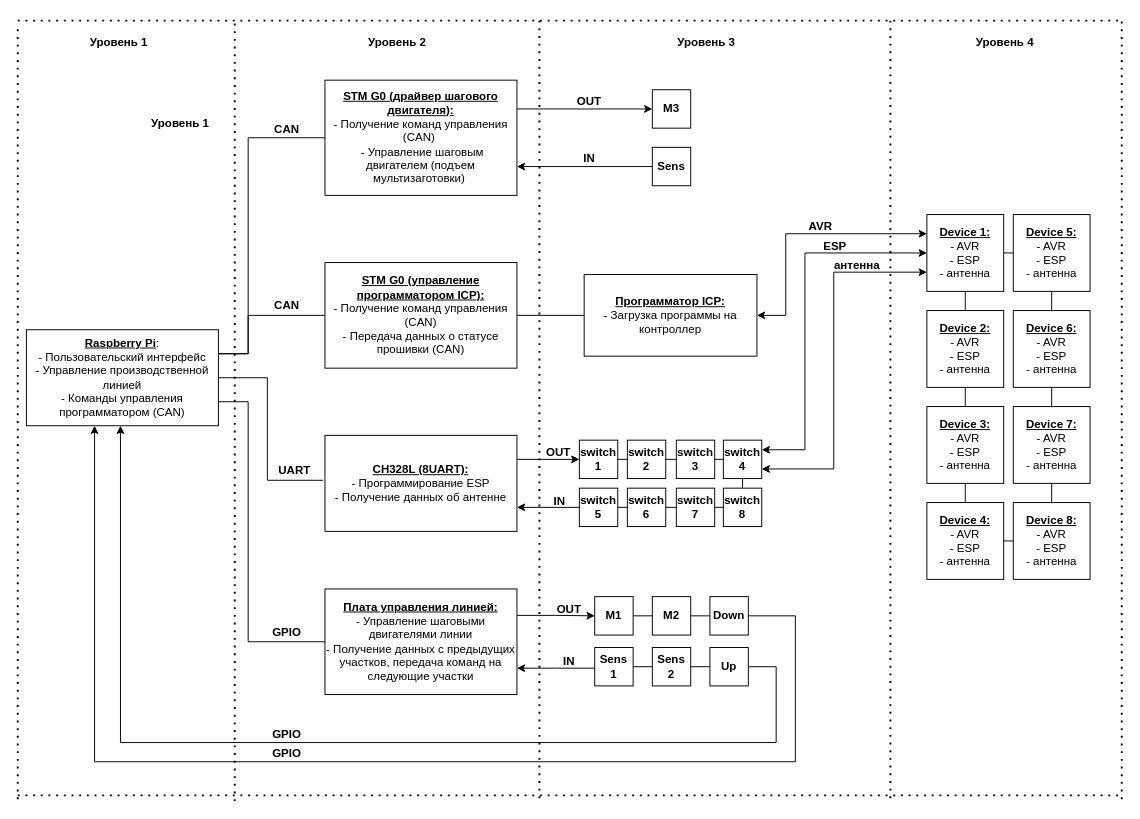
Above: Device.drawio in NataliApril/xkeeper (draw.io), before the change. Source tidied: cells renumbered, new cells numbered last; positions are measured from the earlier drawing's top-left corner, leaving out a move shared by most shapes. Both pictures are drawn from the tidied source at 96%, with x=0, y=0 at pixel (17, 19).
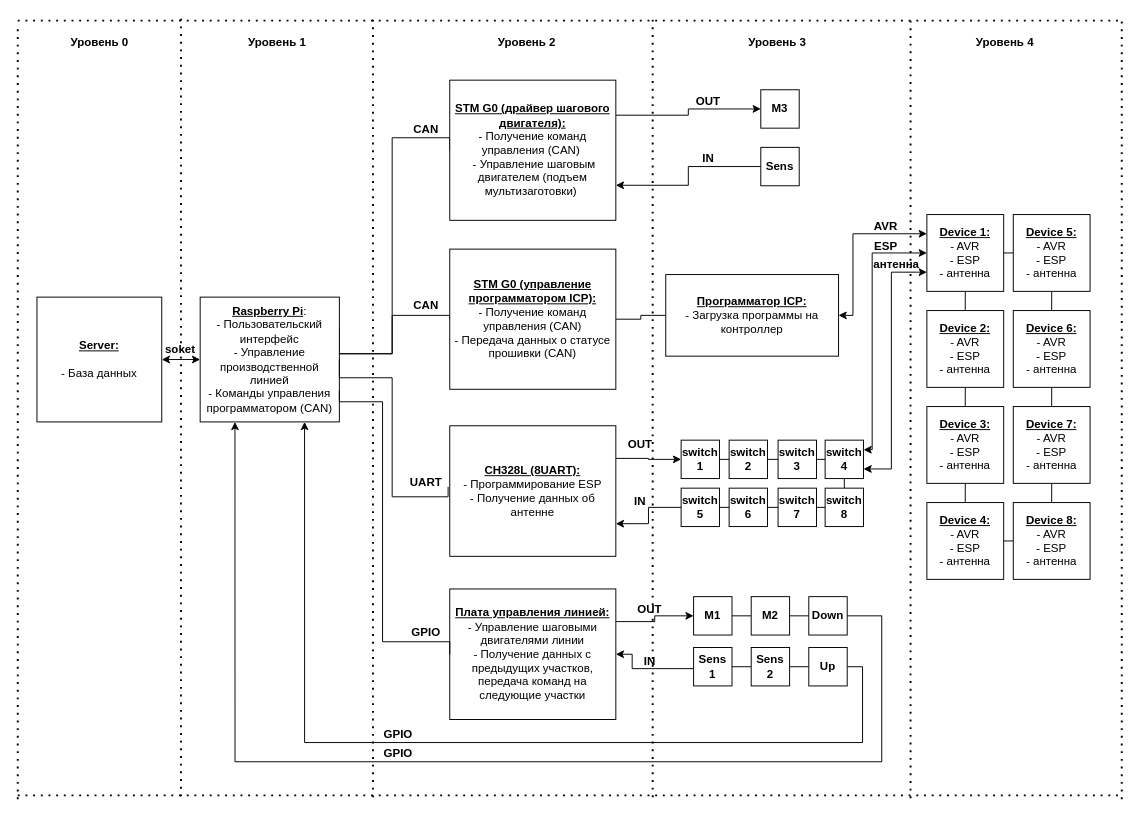
After the change.

Unchanged cells that the change refers to:
```xml
<mxCell id="3" value="&lt;b&gt;&lt;u&gt;Device 1:&lt;/u&gt;&lt;/b&gt;&lt;br&gt;- AVR&lt;br&gt;- ESP&lt;br&gt;- антенна" style="whiteSpace=wrap;html=1;" parent="1" vertex="1">
  <mxGeometry x="947" y="203" width="80" height="80" as="geometry" />
</mxCell>
```

What changed in the source:
```diff
@@
     <mxCell id="18" style="edgeStyle=orthogonalEdgeStyle;rounded=0;jettySize=auto;html=1;exitX=1;exitY=0.25;exitDx=0;exitDy=0;endArrow=none;endFill=0;entryX=0;entryY=0.5;entryDx=0;entryDy=0;" parent="1" edge="1" source="20" target="22">
       <mxGeometry relative="1" as="geometry">
         <Array as="points">
-          <mxPoint x="240" y="348" />
-          <mxPoint x="240" y="123" />
+          <mxPoint x="335" y="348" />
+          <mxPoint x="390" y="348" />
+          <mxPoint x="390" y="123" />
+          <mxPoint x="450" y="123" />
         </Array>
       </mxGeometry>
     </mxCell>
     <mxCell id="19" style="edgeStyle=orthogonalEdgeStyle;rounded=0;jettySize=auto;html=1;exitX=1;exitY=0.25;exitDx=0;exitDy=0;entryX=0;entryY=0.5;entryDx=0;entryDy=0;endArrow=none;endFill=0;" parent="1" edge="1" source="20" target="24">
       <mxGeometry relative="1" as="geometry">
         <Array as="points">
-          <mxPoint x="240" y="348" />
-          <mxPoint x="240" y="308" />
+          <mxPoint x="335" y="348" />
+          <mxPoint x="390" y="348" />
+          <mxPoint x="390" y="308" />
+          <mxPoint x="450" y="308" />
         </Array>
       </mxGeometry>
     </mxCell>
     <mxCell id="20" value="&lt;b&gt;&lt;u&gt;Raspberry Pi&lt;/u&gt;&lt;/b&gt;:&lt;br&gt;- Пользовательский интерфейс&lt;br&gt;- Управление производственной линией&lt;br&gt;- Команды управления программатором (CAN)" style="rounded=0;whiteSpace=wrap;html=1;" parent="1" vertex="1">
-      <mxGeometry x="9" y="323" width="200" height="100" as="geometry" />
+      <mxGeometry x="190" y="289" width="145" height="130" as="geometry" />
     </mxCell>
@@
     <mxCell id="22" value="&lt;b&gt;&lt;u&gt;STM G0 (драйвер шагового двигателя):&lt;/u&gt;&lt;/b&gt;&lt;div&gt;- Получение команд управления (CAN)&amp;nbsp;&lt;/div&gt;&lt;div&gt;&amp;nbsp;- Управление шаговым двигателем (подъем мультизаготовки)&amp;nbsp;&lt;/div&gt;" style="rounded=0;whiteSpace=wrap;html=1;" parent="1" vertex="1">
-      <mxGeometry x="320" y="63" width="200" height="120" as="geometry" />
+      <mxGeometry x="450" y="63" width="173" height="146" as="geometry" />
     </mxCell>
@@
     <mxCell id="24" value="&lt;b&gt;&lt;u&gt;STM G0 (управление программатором ICP):&lt;/u&gt;&lt;/b&gt;&lt;div&gt;- Получение команд управления (CAN)&lt;/div&gt;&lt;div&gt;- Передача данных о статусе прошивки (CAN)&lt;/div&gt;" style="rounded=0;whiteSpace=wrap;html=1;" parent="1" vertex="1">
-      <mxGeometry x="320" y="253" width="200" height="110" as="geometry" />
+      <mxGeometry x="450" y="239" width="173" height="146" as="geometry" />
     </mxCell>
@@
     <mxCell id="26" value="&lt;b&gt;&lt;u&gt;CH328L (8UART):&lt;/u&gt;&lt;/b&gt;&lt;div&gt;- Программирование ESP&lt;br&gt;- Получение данных об антенне&lt;/div&gt;" style="rounded=0;whiteSpace=wrap;html=1;" parent="1" vertex="1">
-      <mxGeometry x="320" y="433" width="200" height="100" as="geometry" />
+      <mxGeometry x="450" y="423" width="173" height="136" as="geometry" />
     </mxCell>
-    <mxCell id="27" style="edgeStyle=orthogonalEdgeStyle;rounded=0;jettySize=auto;html=1;exitX=1;exitY=0.75;exitDx=0;exitDy=0;endArrow=none;endFill=0;startArrow=classic;startFill=1;" parent="1" edge="1" source="29" target="39">
+    <mxCell id="27" style="edgeStyle=orthogonalEdgeStyle;rounded=0;jettySize=auto;html=1;exitX=1;exitY=0.5;exitDx=0;exitDy=0;endArrow=none;endFill=0;startArrow=classic;startFill=1;" parent="1" edge="1" source="29" target="39">
       <mxGeometry relative="1" as="geometry">
         <Array as="points">
-          <mxPoint x="560" y="676" />
-          <mxPoint x="560" y="676" />
+          <mxPoint x="640" y="661" />
+          <mxPoint x="640" y="676" />
         </Array>
       </mxGeometry>
     </mxCell>
@@
     <mxCell id="29" value="&lt;b&gt;&lt;u&gt;Плата управления линией:&lt;/u&gt;&lt;/b&gt;&lt;div&gt;- Управление шаговыми двигателями линии&lt;br&gt;- Получение данных с предыдущих участков, передача команд на следующие участки&lt;/div&gt;" style="rounded=0;whiteSpace=wrap;html=1;" parent="1" vertex="1">
-      <mxGeometry x="320" y="593" width="200" height="110" as="geometry" />
+      <mxGeometry x="450" y="593" width="173" height="136" as="geometry" />
     </mxCell>
     <mxCell id="30" style="edgeStyle=orthogonalEdgeStyle;rounded=0;jettySize=auto;html=1;exitX=1;exitY=0.5;exitDx=0;exitDy=0;endArrow=none;endFill=0;entryX=-0.01;entryY=0.468;entryDx=0;entryDy=0;entryPerimeter=0;" parent="1" edge="1" source="20" target="26">
       <mxGeometry relative="1" as="geometry">
         <Array as="points">
-          <mxPoint x="260" y="373" />
-          <mxPoint x="260" y="480" />
+          <mxPoint x="335" y="373" />
+          <mxPoint x="390" y="373" />
+          <mxPoint x="390" y="497" />
         </Array>
       </mxGeometry>
     </mxCell>
     <mxCell id="31" style="edgeStyle=orthogonalEdgeStyle;rounded=0;jettySize=auto;html=1;exitX=1;exitY=0.75;exitDx=0;exitDy=0;entryX=0;entryY=0.5;entryDx=0;entryDy=0;endArrow=none;endFill=0;" parent="1" edge="1" source="20" target="29">
       <mxGeometry relative="1" as="geometry">
         <Array as="points">
-          <mxPoint x="240" y="398" />
-          <mxPoint x="240" y="648" />
+          <mxPoint x="335" y="398" />
+          <mxPoint x="380" y="398" />
+          <mxPoint x="380" y="648" />
+          <mxPoint x="450" y="648" />
         </Array>
       </mxGeometry>
     </mxCell>
     <mxCell id="32" style="edgeStyle=orthogonalEdgeStyle;rounded=0;jettySize=auto;html=1;exitX=1;exitY=0.5;exitDx=0;exitDy=0;entryX=0;entryY=0.25;entryDx=0;entryDy=0;startArrow=classic;startFill=1;" parent="1" edge="1" source="33" target="3">
       <mxGeometry relative="1" as="geometry">
         <Array as="points">
-          <mxPoint x="800" y="308" />
-          <mxPoint x="800" y="223" />
+          <mxPoint x="870" y="308" />
+          <mxPoint x="870" y="223" />
         </Array>
       </mxGeometry>
     </mxCell>
     <mxCell id="33" value="&lt;b style=&quot;text-decoration-line: underline;&quot;&gt;Программатор ICP:&lt;/b&gt;&lt;br&gt;- Загрузка программы на контроллер" style="rounded=0;whiteSpace=wrap;html=1;" parent="1" vertex="1">
-      <mxGeometry x="590" y="265.5" width="180" height="85" as="geometry" />
+      <mxGeometry x="675" y="265.5" width="180" height="85" as="geometry" />
     </mxCell>
@@
     <mxCell id="35" value="&lt;b&gt;M1&lt;/b&gt;" style="whiteSpace=wrap;html=1;" parent="1" vertex="1">
-      <mxGeometry x="601" y="601" width="40" height="40" as="geometry" />
+      <mxGeometry x="704" y="601" width="40" height="40" as="geometry" />
     </mxCell>
@@
     <mxCell id="37" value="&lt;b&gt;M2&lt;/b&gt;" style="whiteSpace=wrap;html=1;" parent="1" vertex="1">
-      <mxGeometry x="661" y="601" width="40" height="40" as="geometry" />
+      <mxGeometry x="764" y="601" width="40" height="40" as="geometry" />
     </mxCell>
@@
     <mxCell id="39" value="&lt;b&gt;Sens 1&lt;/b&gt;" style="whiteSpace=wrap;html=1;" parent="1" vertex="1">
-      <mxGeometry x="601" y="654" width="40" height="40" as="geometry" />
+      <mxGeometry x="704" y="654" width="40" height="40" as="geometry" />
     </mxCell>
@@
     <mxCell id="41" value="&lt;b&gt;Sens 2&lt;/b&gt;" style="whiteSpace=wrap;html=1;" parent="1" vertex="1">
-      <mxGeometry x="661" y="654" width="40" height="40" as="geometry" />
+      <mxGeometry x="764" y="654" width="40" height="40" as="geometry" />
     </mxCell>
-    <mxCell id="42" style="edgeStyle=orthogonalEdgeStyle;rounded=0;jettySize=auto;html=1;exitX=1;exitY=0.5;exitDx=0;exitDy=0;" parent="1" edge="1" source="43">
+    <mxCell id="42" style="edgeStyle=orthogonalEdgeStyle;rounded=0;jettySize=auto;html=1;exitX=1;exitY=0.5;exitDx=0;exitDy=0;entryX=0.75;entryY=1;entryDx=0;entryDy=0;" parent="1" edge="1" source="43" target="20">
       <mxGeometry relative="1" as="geometry">
-        <mxPoint x="107" y="423" as="targetPoint" />
         <Array as="points">
-          <mxPoint x="790" y="674" />
-          <mxPoint x="790" y="753" />
-          <mxPoint x="107" y="753" />
+          <mxPoint x="880" y="674" />
+          <mxPoint x="880" y="753" />
+          <mxPoint x="299" y="753" />
         </Array>
       </mxGeometry>
     </mxCell>
     <mxCell id="43" value="&lt;b&gt;Up&lt;/b&gt;" style="whiteSpace=wrap;html=1;" parent="1" vertex="1">
-      <mxGeometry x="721" y="654" width="40" height="40" as="geometry" />
+      <mxGeometry x="824" y="654" width="40" height="40" as="geometry" />
     </mxCell>
     <mxCell id="44" value="&lt;b&gt;Down&lt;/b&gt;" style="whiteSpace=wrap;html=1;" parent="1" vertex="1">
-      <mxGeometry x="721" y="601" width="40" height="40" as="geometry" />
+      <mxGeometry x="824" y="601" width="40" height="40" as="geometry" />
     </mxCell>
     <mxCell id="45" value="&lt;b&gt;OUT&lt;/b&gt;" style="text;html=1;align=center;verticalAlign=middle;strokeColor=none;fillColor=none;" parent="1" vertex="1">
-      <mxGeometry x="549" y="600" width="50" height="30" as="geometry" />
+      <mxGeometry x="633" y="600" width="50" height="30" as="geometry" />
     </mxCell>
     <mxCell id="46" value="&lt;b&gt;Уровень 1&lt;/b&gt;" style="text;html=1;align=center;verticalAlign=middle;strokeColor=none;fillColor=none;" parent="1" vertex="1">
-      <mxGeometry x="65" y="9" width="80" height="30" as="geometry" />
+      <mxGeometry x="230" y="9" width="80" height="30" as="geometry" />
     </mxCell>
     <mxCell id="47" value="&lt;b&gt;Уровень 3&lt;/b&gt;" style="text;html=1;align=center;verticalAlign=middle;strokeColor=none;fillColor=none;" parent="1" vertex="1">
-      <mxGeometry x="677" y="9" width="80" height="30" as="geometry" />
+      <mxGeometry x="751" y="9" width="80" height="30" as="geometry" />
     </mxCell>
@@
     <mxCell id="49" value="&lt;b&gt;M3&lt;/b&gt;" style="whiteSpace=wrap;html=1;" parent="1" vertex="1">
-      <mxGeometry x="661" y="73" width="40" height="40" as="geometry" />
+      <mxGeometry x="774" y="73" width="40" height="40" as="geometry" />
     </mxCell>
@@
     <mxCell id="51" value="&lt;b&gt;Sens&lt;/b&gt;" style="whiteSpace=wrap;html=1;" parent="1" vertex="1">
-      <mxGeometry x="661" y="133" width="40" height="40" as="geometry" />
+      <mxGeometry x="774" y="133" width="40" height="40" as="geometry" />
     </mxCell>
     <mxCell id="52" value="&lt;b&gt;OUT&lt;/b&gt;" style="text;html=1;align=center;verticalAlign=middle;strokeColor=none;fillColor=none;" parent="1" vertex="1">
-      <mxGeometry x="570" y="70" width="50" height="30" as="geometry" />
+      <mxGeometry x="694" y="70" width="50" height="30" as="geometry" />
     </mxCell>
     <mxCell id="53" value="&lt;b&gt;IN&lt;/b&gt;" style="text;html=1;align=center;verticalAlign=middle;strokeColor=none;fillColor=none;" parent="1" vertex="1">
-      <mxGeometry x="575" y="130" width="40" height="30" as="geometry" />
+      <mxGeometry x="699" y="130" width="40" height="30" as="geometry" />
     </mxCell>
@@
     <mxCell id="55" value="&lt;b&gt;switch 1&lt;/b&gt;" style="whiteSpace=wrap;html=1;" parent="1" vertex="1">
-      <mxGeometry x="585" y="438" width="40" height="40" as="geometry" />
+      <mxGeometry x="691" y="438" width="40" height="40" as="geometry" />
     </mxCell>
@@
     <mxCell id="57" value="&lt;b&gt;switch 2&lt;/b&gt;" style="whiteSpace=wrap;html=1;" parent="1" vertex="1">
-      <mxGeometry x="635" y="438" width="40" height="40" as="geometry" />
+      <mxGeometry x="741" y="438" width="40" height="40" as="geometry" />
     </mxCell>
@@
     <mxCell id="59" value="&lt;b&gt;switch 3&lt;/b&gt;" style="whiteSpace=wrap;html=1;" parent="1" vertex="1">
-      <mxGeometry x="686" y="438" width="40" height="40" as="geometry" />
+      <mxGeometry x="792" y="438" width="40" height="40" as="geometry" />
     </mxCell>
@@
     <mxCell id="61" value="&lt;b&gt;switch 5&lt;/b&gt;" style="whiteSpace=wrap;html=1;" parent="1" vertex="1">
-      <mxGeometry x="585" y="488" width="40" height="40" as="geometry" />
+      <mxGeometry x="691" y="488" width="40" height="40" as="geometry" />
     </mxCell>
@@
     <mxCell id="63" value="&lt;b&gt;switch 6&lt;/b&gt;" style="whiteSpace=wrap;html=1;" parent="1" vertex="1">
-      <mxGeometry x="635" y="488" width="40" height="40" as="geometry" />
+      <mxGeometry x="741" y="488" width="40" height="40" as="geometry" />
     </mxCell>
@@
     <mxCell id="65" value="&lt;b&gt;switch 7&lt;/b&gt;" style="whiteSpace=wrap;html=1;" parent="1" vertex="1">
-      <mxGeometry x="686" y="488" width="40" height="40" as="geometry" />
+      <mxGeometry x="792" y="488" width="40" height="40" as="geometry" />
     </mxCell>
@@
     <mxCell id="67" style="edgeStyle=orthogonalEdgeStyle;rounded=0;jettySize=auto;html=1;exitX=1;exitY=0.25;exitDx=0;exitDy=0;entryX=0;entryY=0.5;entryDx=0;entryDy=0;startArrow=classic;startFill=1;" parent="1" edge="1" source="69" target="3">
       <mxGeometry relative="1" as="geometry">
         <Array as="points">
-          <mxPoint x="820" y="448" />
-          <mxPoint x="820" y="243" />
+          <mxPoint x="890" y="448" />
+          <mxPoint x="890" y="243" />
         </Array>
       </mxGeometry>
     </mxCell>
     <mxCell id="68" style="edgeStyle=orthogonalEdgeStyle;rounded=0;jettySize=auto;html=1;exitX=1;exitY=0.75;exitDx=0;exitDy=0;entryX=0;entryY=0.75;entryDx=0;entryDy=0;startArrow=classic;startFill=1;" parent="1" edge="1" source="69" target="3">
       <mxGeometry relative="1" as="geometry">
         <Array as="points">
-          <mxPoint x="850" y="468" />
-          <mxPoint x="850" y="263" />
+          <mxPoint x="910" y="468" />
+          <mxPoint x="910" y="263" />
         </Array>
       </mxGeometry>
     </mxCell>
     <mxCell id="69" value="&lt;b&gt;switch 4&lt;/b&gt;" style="whiteSpace=wrap;html=1;" parent="1" vertex="1">
-      <mxGeometry x="735" y="438" width="40" height="40" as="geometry" />
+      <mxGeometry x="841" y="438" width="40" height="40" as="geometry" />
     </mxCell>
@@
     <mxCell id="71" value="&lt;b&gt;switch 8&lt;/b&gt;" style="whiteSpace=wrap;html=1;" parent="1" vertex="1">
-      <mxGeometry x="735" y="488" width="40" height="40" as="geometry" />
+      <mxGeometry x="841" y="488" width="40" height="40" as="geometry" />
     </mxCell>
     <mxCell id="72" value="&lt;b&gt;OUT&lt;/b&gt;" style="text;html=1;align=center;verticalAlign=middle;strokeColor=none;fillColor=none;" parent="1" vertex="1">
-      <mxGeometry x="538" y="436" width="50" height="30" as="geometry" />
+      <mxGeometry x="623" y="428" width="50" height="30" as="geometry" />
     </mxCell>
     <mxCell id="73" value="&lt;b&gt;IN&lt;/b&gt;" style="text;html=1;align=center;verticalAlign=middle;strokeColor=none;fillColor=none;" parent="1" vertex="1">
-      <mxGeometry x="544" y="487" width="40" height="30" as="geometry" />
+      <mxGeometry x="628" y="487" width="40" height="30" as="geometry" />
     </mxCell>
     <mxCell id="74" value="&lt;b&gt;AVR&lt;/b&gt;" style="text;html=1;align=center;verticalAlign=middle;strokeColor=none;fillColor=none;" parent="1" vertex="1">
-      <mxGeometry x="811" y="201" width="50" height="30" as="geometry" />
+      <mxGeometry x="879" y="201" width="50" height="30" as="geometry" />
     </mxCell>
     <mxCell id="75" value="&lt;b&gt;ESP&lt;/b&gt;" style="text;html=1;align=center;verticalAlign=middle;strokeColor=none;fillColor=none;" parent="1" vertex="1">
-      <mxGeometry x="826" y="221" width="50" height="30" as="geometry" />
+      <mxGeometry x="879" y="221" width="50" height="30" as="geometry" />
     </mxCell>
     <mxCell id="76" value="&lt;b&gt;антенна&lt;/b&gt;" style="text;html=1;align=center;verticalAlign=middle;strokeColor=none;fillColor=none;" parent="1" vertex="1">
-      <mxGeometry x="839" y="240.5" width="70" height="30" as="geometry" />
+      <mxGeometry x="880" y="239.5" width="70" height="30" as="geometry" />
     </mxCell>
-    <mxCell id="77" style="edgeStyle=orthogonalEdgeStyle;rounded=0;jettySize=auto;html=1;exitX=1;exitY=0.5;exitDx=0;exitDy=0;" parent="1" edge="1" source="44">
+    <mxCell id="77" style="edgeStyle=orthogonalEdgeStyle;rounded=0;jettySize=auto;html=1;exitX=1;exitY=0.5;exitDx=0;exitDy=0;entryX=0.25;entryY=1;entryDx=0;entryDy=0;" parent="1" edge="1" source="44" target="20">
       <mxGeometry relative="1" as="geometry">
-        <mxPoint x="80" y="423" as="targetPoint" />
         <Array as="points">
-          <mxPoint x="810" y="621" />
-          <mxPoint x="810" y="773" />
-          <mxPoint x="80" y="773" />
-          <mxPoint x="80" y="425" />
+          <mxPoint x="900" y="621" />
+          <mxPoint x="900" y="773" />
+          <mxPoint x="226" y="773" />
         </Array>
       </mxGeometry>
     </mxCell>
     <mxCell id="78" value="&lt;b&gt;GPIO&lt;/b&gt;" style="text;html=1;align=center;verticalAlign=middle;strokeColor=none;fillColor=none;rotation=0;" parent="1" vertex="1">
-      <mxGeometry x="255" y="730" width="50" height="30" as="geometry" />
+      <mxGeometry x="371" y="730" width="50" height="30" as="geometry" />
     </mxCell>
     <mxCell id="79" value="&lt;b&gt;GPIO&lt;/b&gt;" style="text;html=1;align=center;verticalAlign=middle;strokeColor=none;fillColor=none;rotation=0;" parent="1" vertex="1">
-      <mxGeometry x="255" y="750" width="50" height="30" as="geometry" />
+      <mxGeometry x="371" y="750" width="50" height="30" as="geometry" />
     </mxCell>
     <mxCell id="80" value="&lt;b&gt;IN&lt;/b&gt;" style="text;html=1;align=center;verticalAlign=middle;strokeColor=none;fillColor=none;" parent="1" vertex="1">
-      <mxGeometry x="554" y="654" width="40" height="30" as="geometry" />
+      <mxGeometry x="638" y="654" width="40" height="30" as="geometry" />
     </mxCell>
@@
     <mxCell id="85" style="endArrow=none;dashed=1;html=1;dashPattern=1 3;strokeWidth=2;rounded=0;" parent="1" edge="1">
       <mxGeometry relative="1" as="geometry">
-        <mxPoint x="226" y="814" as="sourcePoint" />
-        <mxPoint x="226" y="3" as="targetPoint" />
+        <mxPoint x="170" y="809" as="sourcePoint" />
+        <mxPoint x="170" y="-2" as="targetPoint" />
       </mxGeometry>
     </mxCell>
     <mxCell id="86" value="&lt;b&gt;UART&lt;/b&gt;" style="text;html=1;align=center;verticalAlign=middle;strokeColor=none;fillColor=none;rotation=0;" parent="1" vertex="1">
-      <mxGeometry x="258" y="455" width="60" height="30" as="geometry" />
+      <mxGeometry x="395" y="467" width="60" height="30" as="geometry" />
     </mxCell>
     <mxCell id="87" value="&lt;b&gt;GPIO&lt;/b&gt;" style="text;html=1;align=center;verticalAlign=middle;strokeColor=none;fillColor=none;rotation=0;" parent="1" vertex="1">
-      <mxGeometry x="255" y="624" width="50" height="30" as="geometry" />
+      <mxGeometry x="400" y="624" width="50" height="30" as="geometry" />
     </mxCell>
     <mxCell id="88" value="&lt;b&gt;CAN&lt;/b&gt;" style="text;html=1;align=center;verticalAlign=middle;strokeColor=none;fillColor=none;rotation=0;" parent="1" vertex="1">
-      <mxGeometry x="255" y="283" width="50" height="30" as="geometry" />
+      <mxGeometry x="400" y="283" width="50" height="30" as="geometry" />
     </mxCell>
     <mxCell id="89" value="&lt;b&gt;CAN&lt;/b&gt;" style="text;html=1;align=center;verticalAlign=middle;strokeColor=none;fillColor=none;rotation=0;" parent="1" vertex="1">
-      <mxGeometry x="255" y="100" width="50" height="30" as="geometry" />
+      <mxGeometry x="400" y="100" width="50" height="30" as="geometry" />
     </mxCell>
     <mxCell id="90" style="endArrow=none;dashed=1;html=1;dashPattern=1 3;strokeWidth=2;rounded=0;" parent="1" edge="1">
       <mxGeometry relative="1" as="geometry">
-        <mxPoint x="543.4" y="811" as="sourcePoint" />
-        <mxPoint x="543.4" as="targetPoint" />
+        <mxPoint x="661.4" y="810" as="sourcePoint" />
+        <mxPoint x="661.4" y="-1" as="targetPoint" />
       </mxGeometry>
     </mxCell>
     <mxCell id="91" style="endArrow=none;dashed=1;html=1;dashPattern=1 3;strokeWidth=2;rounded=0;" parent="1" edge="1">
       <mxGeometry relative="1" as="geometry">
-        <mxPoint x="909" y="811" as="sourcePoint" />
-        <mxPoint x="909" as="targetPoint" />
+        <mxPoint x="930" y="811" as="sourcePoint" />
+        <mxPoint x="930" as="targetPoint" />
       </mxGeometry>
     </mxCell>
-    <mxCell id="92" value="&lt;b&gt;Уровень 1&lt;/b&gt;" style="text;html=1;align=center;verticalAlign=middle;strokeColor=none;fillColor=none;" parent="1" vertex="1">
-      <mxGeometry x="129" y="93" width="80" height="30" as="geometry" />
-    </mxCell>
     <mxCell id="93" value="&lt;b&gt;Уровень 2&lt;/b&gt;" style="text;html=1;align=center;verticalAlign=middle;strokeColor=none;fillColor=none;" parent="1" vertex="1">
-      <mxGeometry x="355" y="9" width="80" height="30" as="geometry" />
+      <mxGeometry x="490" y="9" width="80" height="30" as="geometry" />
     </mxCell>
+    <mxCell id="94" style="endArrow=none;dashed=1;html=1;dashPattern=1 3;strokeWidth=2;rounded=0;" parent="1" edge="1">
+      <mxGeometry relative="1" as="geometry">
+        <mxPoint x="370" y="810" as="sourcePoint" />
+        <mxPoint x="370" y="-1" as="targetPoint" />
+      </mxGeometry>
+    </mxCell>
+    <mxCell id="95" style="edgeStyle=orthogonalEdgeStyle;rounded=0;jettySize=auto;html=1;exitX=1;exitY=0.5;exitDx=0;exitDy=0;entryX=0;entryY=0.5;entryDx=0;entryDy=0;startArrow=classic;startFill=1;" parent="1" edge="1" source="96" target="20">
+      <mxGeometry relative="1" as="geometry" />
+    </mxCell>
+    <mxCell id="96" value="&lt;b&gt;&lt;u&gt;Server:&lt;/u&gt;&lt;/b&gt;&lt;div&gt;&lt;b&gt;&lt;u&gt;&lt;br&gt;&lt;/u&gt;&lt;/b&gt;&lt;div&gt;- База данных&lt;/div&gt;&lt;/div&gt;" style="rounded=0;whiteSpace=wrap;html=1;" parent="1" vertex="1">
+      <mxGeometry x="20" y="289" width="130" height="130" as="geometry" />
+    </mxCell>
+    <mxCell id="97" value="&lt;b&gt;soket&lt;/b&gt;" style="text;html=1;align=center;verticalAlign=middle;strokeColor=none;fillColor=none;" parent="1" vertex="1">
+      <mxGeometry x="144" y="329" width="50" height="30" as="geometry" />
+    </mxCell>
+    <mxCell id="98" value="&lt;b&gt;Уровень 0&lt;/b&gt;" style="text;html=1;align=center;verticalAlign=middle;strokeColor=none;fillColor=none;" parent="1" vertex="1">
+      <mxGeometry x="45" y="9" width="80" height="30" as="geometry" />
+    </mxCell>
```
